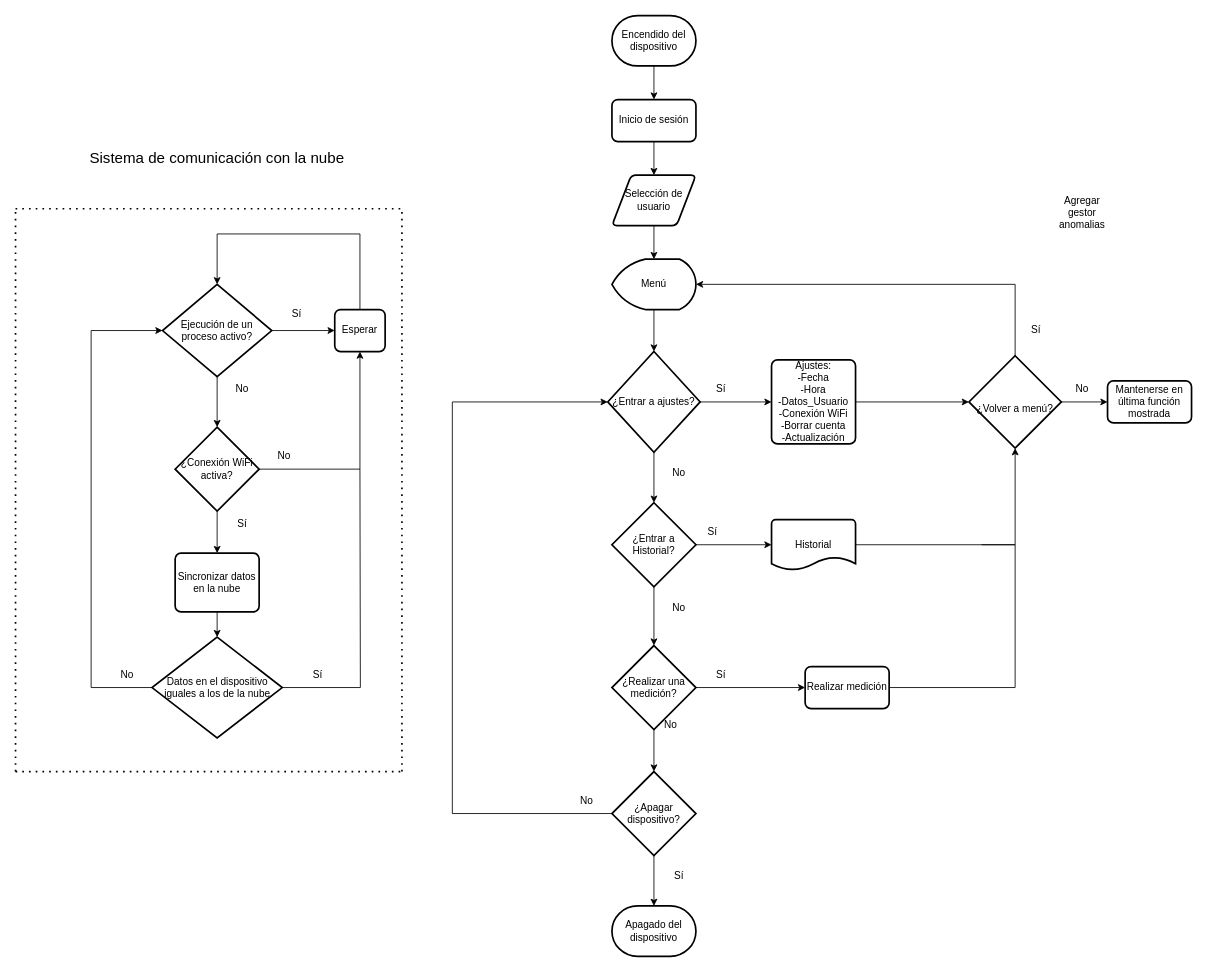
Earlier version of the draw.io diagram Tercera_Fase/Diagramas de software/Diagrama_General.drawio (Angeloib98/BIATRONIC). Source tidied: cells renumbered, new cells numbered last; positions are measured from the earlier drawing's top-left corner, leaving out a move shared by most shapes. Both pictures are drawn from the tidied source at 84%, with x=0, y=0 at pixel (15, 15).
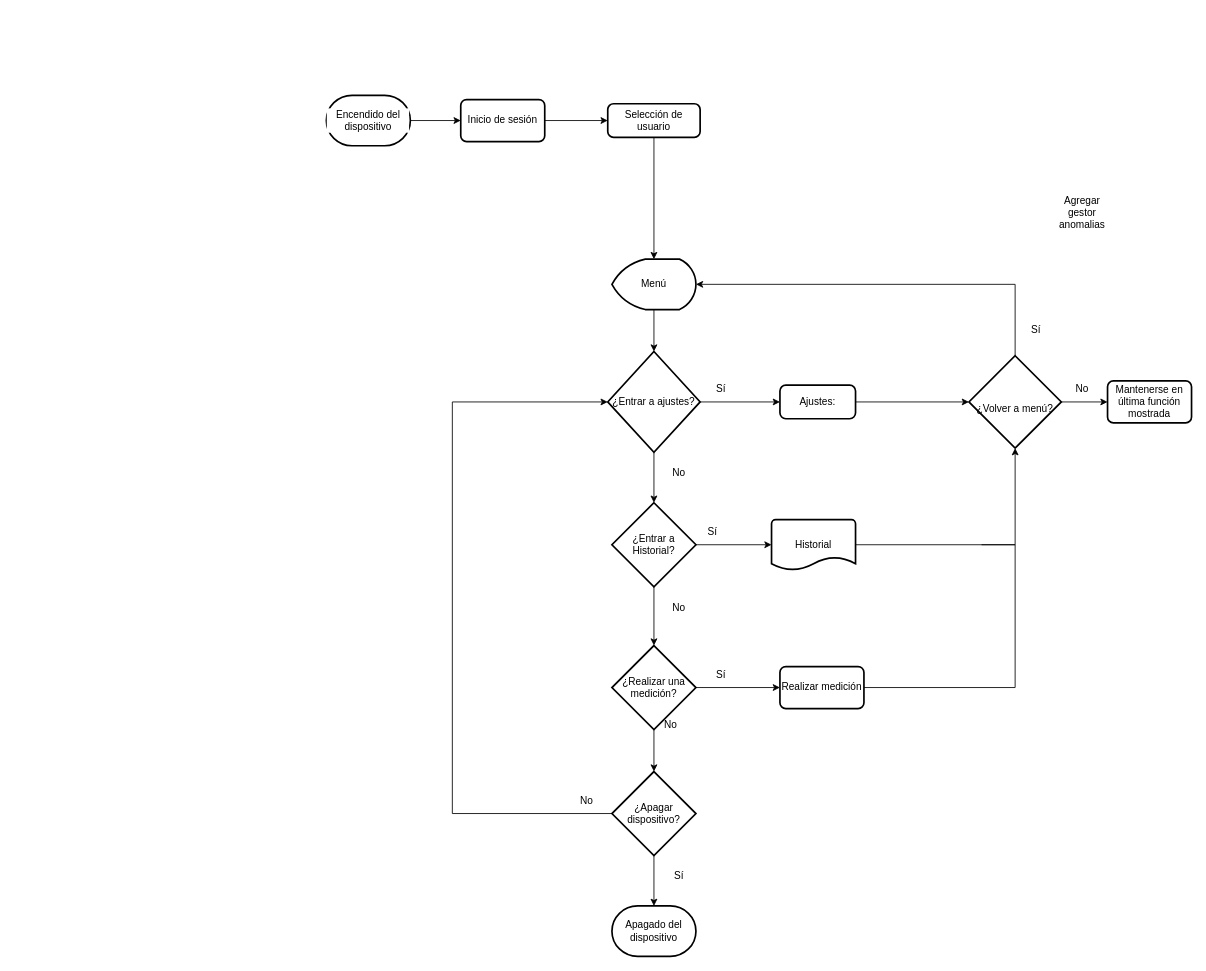
The same page after the edit.

Unchanged cells that the change refers to:
```xml
<mxCell id="53" value="Menú" style="strokeWidth=2;html=1;shape=mxgraph.flowchart.display;whiteSpace=wrap;" parent="1" vertex="1">
  <mxGeometry x="710" y="290" width="100" height="60" as="geometry" />
</mxCell>
```

Diff of the diagram source:
```diff
@@
-    <mxCell id="17" style="edgeStyle=orthogonalEdgeStyle;rounded=0;jettySize=auto;html=1;exitX=0.5;exitY=1;exitDx=0;exitDy=0;exitPerimeter=0;entryX=0.5;entryY=0;entryDx=0;entryDy=0;" parent="1" edge="1" source="18" target="46">
+    <mxCell id="17" style="edgeStyle=orthogonalEdgeStyle;rounded=0;jettySize=auto;html=1;exitX=1;exitY=0.5;exitDx=0;exitDy=0;exitPerimeter=0;entryX=0;entryY=0.5;entryDx=0;entryDy=0;labelBackgroundColor=default;fontColor=default;strokeColor=default;" parent="1" edge="1" source="18" target="46">
       <mxGeometry relative="1" as="geometry" />
     </mxCell>
-    <mxCell id="18" value="Encendido del dispositivo" style="strokeWidth=2;html=1;shape=mxgraph.flowchart.terminator;whiteSpace=wrap;fillColor=default;strokeColor=default;fontColor=default;" parent="1" vertex="1">
-      <mxGeometry x="710" width="100" height="60" as="geometry" />
+    <mxCell id="18" value="Encendido del dispositivo" style="strokeWidth=2;html=1;shape=mxgraph.flowchart.terminator;whiteSpace=wrap;fillColor=default;strokeColor=default;fontColor=default;labelBackgroundColor=default;" parent="1" vertex="1">
+      <mxGeometry x="370" y="95" width="100" height="60" as="geometry" />
     </mxCell>
@@
-    <mxCell id="25" value="Ajustes:&lt;br&gt;-Fecha&lt;br&gt;-Hora&lt;br&gt;-Datos_Usuario&lt;br&gt;-Conexión WiFi&lt;br&gt;-Borrar cuenta&lt;br&gt;-Actualización" style="rounded=1;whiteSpace=wrap;html=1;absoluteArcSize=1;arcSize=14;strokeWidth=2;" parent="1" vertex="1">
-      <mxGeometry x="900" y="410" width="100" height="100" as="geometry" />
+    <mxCell id="25" value="Ajustes:&lt;br&gt;" style="rounded=1;whiteSpace=wrap;html=1;absoluteArcSize=1;arcSize=14;strokeWidth=2;fillColor=default;strokeColor=default;fontColor=default;" parent="1" vertex="1">
+      <mxGeometry x="910" y="440" width="90" height="40" as="geometry" />
     </mxCell>
@@
-    <mxCell id="29" value="Realizar medición" style="rounded=1;whiteSpace=wrap;html=1;absoluteArcSize=1;arcSize=14;strokeWidth=2;" parent="1" vertex="1">
-      <mxGeometry x="940" y="775" width="100" height="50" as="geometry" />
+    <mxCell id="29" value="Realizar medición" style="rounded=1;whiteSpace=wrap;html=1;absoluteArcSize=1;arcSize=14;strokeWidth=2;fillColor=default;strokeColor=default;fontColor=default;" parent="1" vertex="1">
+      <mxGeometry x="910" y="775" width="100" height="50" as="geometry" />
     </mxCell>
@@
-    <mxCell id="31" style="edgeStyle=orthogonalEdgeStyle;rounded=0;jettySize=auto;html=1;exitX=0.5;exitY=1;exitDx=0;exitDy=0;exitPerimeter=0;entryX=0.5;entryY=0;entryDx=0;entryDy=0;" parent="1" edge="1" source="33" target="35">
-      <mxGeometry relative="1" as="geometry" />
-    </mxCell>
-    <mxCell id="32" style="edgeStyle=orthogonalEdgeStyle;rounded=0;jettySize=auto;html=1;exitX=1;exitY=0.5;exitDx=0;exitDy=0;exitPerimeter=0;entryX=0.5;entryY=1;entryDx=0;entryDy=0;" parent="1" edge="1" source="33" target="43">
-      <mxGeometry relative="1" as="geometry" />
-    </mxCell>
-    <mxCell id="33" value="¿Conexión WiFi activa?" style="strokeWidth=2;html=1;shape=mxgraph.flowchart.decision;whiteSpace=wrap;" parent="1" vertex="1">
-      <mxGeometry x="190" y="490" width="100" height="100" as="geometry" />
-    </mxCell>
-    <mxCell id="34" style="edgeStyle=orthogonalEdgeStyle;rounded=0;jettySize=auto;html=1;exitX=0.5;exitY=1;exitDx=0;exitDy=0;entryX=0.5;entryY=0;entryDx=0;entryDy=0;entryPerimeter=0;" parent="1" edge="1" source="35" target="49">
-      <mxGeometry relative="1" as="geometry" />
-    </mxCell>
-    <mxCell id="35" value="Sincronizar datos en la nube" style="rounded=1;whiteSpace=wrap;html=1;absoluteArcSize=1;arcSize=14;strokeWidth=2;" parent="1" vertex="1">
-      <mxGeometry x="190" y="640" width="100" height="70" as="geometry" />
-    </mxCell>
-    <mxCell id="36" style="edgeStyle=orthogonalEdgeStyle;rounded=0;jettySize=auto;html=1;exitX=0.5;exitY=1;exitDx=0;exitDy=0;exitPerimeter=0;entryX=0.5;entryY=0;entryDx=0;entryDy=0;entryPerimeter=0;" parent="1" edge="1" source="38" target="33">
-      <mxGeometry relative="1" as="geometry" />
-    </mxCell>
-    <mxCell id="37" style="edgeStyle=orthogonalEdgeStyle;rounded=0;jettySize=auto;html=1;exitX=1;exitY=0.5;exitDx=0;exitDy=0;exitPerimeter=0;entryX=0;entryY=0.5;entryDx=0;entryDy=0;" parent="1" edge="1" source="38" target="43">
-      <mxGeometry relative="1" as="geometry" />
-    </mxCell>
-    <mxCell id="38" value="Ejecución de un proceso activo?" style="strokeWidth=2;html=1;shape=mxgraph.flowchart.decision;whiteSpace=wrap;" parent="1" vertex="1">
-      <mxGeometry x="175" y="320" width="130" height="110" as="geometry" />
-    </mxCell>
-    <mxCell id="39" value="No" style="text;html=1;strokeColor=none;fillColor=none;align=center;verticalAlign=middle;whiteSpace=wrap;rounded=0;" parent="1" vertex="1">
-      <mxGeometry x="290" y="510" width="60" height="30" as="geometry" />
-    </mxCell>
-    <mxCell id="40" value="Sí" style="text;html=1;strokeColor=none;fillColor=none;align=center;verticalAlign=middle;whiteSpace=wrap;rounded=0;" parent="1" vertex="1">
-      <mxGeometry x="240" y="590" width="60" height="30" as="geometry" />
-    </mxCell>
-    <mxCell id="41" value="No" style="text;html=1;strokeColor=none;fillColor=none;align=center;verticalAlign=middle;whiteSpace=wrap;rounded=0;" parent="1" vertex="1">
-      <mxGeometry x="240" y="430" width="60" height="30" as="geometry" />
-    </mxCell>
-    <mxCell id="42" style="edgeStyle=orthogonalEdgeStyle;rounded=0;jettySize=auto;html=1;exitX=0.5;exitY=0;exitDx=0;exitDy=0;entryX=0.5;entryY=0;entryDx=0;entryDy=0;entryPerimeter=0;" parent="1" edge="1" source="43" target="38">
-      <mxGeometry relative="1" as="geometry">
-        <Array as="points">
-          <mxPoint x="410" y="260" />
-          <mxPoint x="240" y="260" />
-        </Array>
-      </mxGeometry>
-    </mxCell>
-    <mxCell id="43" value="Esperar" style="rounded=1;whiteSpace=wrap;html=1;absoluteArcSize=1;arcSize=14;strokeWidth=2;" parent="1" vertex="1">
-      <mxGeometry x="380" y="350" width="60" height="50" as="geometry" />
-    </mxCell>
-    <mxCell id="44" value="Sí" style="text;html=1;strokeColor=none;fillColor=none;align=center;verticalAlign=middle;whiteSpace=wrap;rounded=0;" parent="1" vertex="1">
-      <mxGeometry x="305" y="340" width="60" height="30" as="geometry" />
-    </mxCell>
-    <mxCell id="45" style="edgeStyle=orthogonalEdgeStyle;rounded=0;jettySize=auto;html=1;exitX=0.5;exitY=1;exitDx=0;exitDy=0;entryX=0.5;entryY=0;entryDx=0;entryDy=0;fontColor=default;" parent="1" edge="1" source="46" target="61">
+    <mxCell id="45" style="edgeStyle=orthogonalEdgeStyle;rounded=0;jettySize=auto;html=1;exitX=1;exitY=0.5;exitDx=0;exitDy=0;entryX=0;entryY=0.5;entryDx=0;entryDy=0;labelBackgroundColor=default;fontColor=default;strokeColor=default;" parent="1" edge="1" source="46" target="61">
       <mxGeometry relative="1" as="geometry" />
     </mxCell>
-    <mxCell id="46" value="Inicio de sesión" style="rounded=1;whiteSpace=wrap;html=1;absoluteArcSize=1;arcSize=14;strokeWidth=2;fillColor=default;strokeColor=default;fontColor=default;" parent="1" vertex="1">
-      <mxGeometry x="710" y="100" width="100" height="50" as="geometry" />
+    <mxCell id="46" value="Inicio de sesión" style="rounded=1;whiteSpace=wrap;html=1;absoluteArcSize=1;arcSize=14;strokeWidth=2;fillColor=default;strokeColor=default;fontColor=default;labelBackgroundColor=default;" parent="1" vertex="1">
+      <mxGeometry x="530" y="100" width="100" height="50" as="geometry" />
     </mxCell>
-    <mxCell id="47" style="edgeStyle=orthogonalEdgeStyle;rounded=0;jettySize=auto;html=1;exitX=0;exitY=0.5;exitDx=0;exitDy=0;exitPerimeter=0;entryX=0;entryY=0.5;entryDx=0;entryDy=0;entryPerimeter=0;strokeColor=default;labelBackgroundColor=default;fontColor=default;" parent="1" edge="1" source="49" target="38">
-      <mxGeometry relative="1" as="geometry">
-        <Array as="points">
-          <mxPoint x="90" y="800" />
-          <mxPoint x="90" y="375" />
-        </Array>
-      </mxGeometry>
-    </mxCell>
-    <mxCell id="48" style="edgeStyle=orthogonalEdgeStyle;rounded=0;jettySize=auto;html=1;exitX=1;exitY=0.5;exitDx=0;exitDy=0;exitPerimeter=0;endArrow=none;endFill=0;" parent="1" edge="1" source="49">
-      <mxGeometry relative="1" as="geometry">
-        <mxPoint x="410" y="540" as="targetPoint" />
-      </mxGeometry>
-    </mxCell>
-    <mxCell id="49" value="Datos en el dispositivo iguales a los de la nube" style="strokeWidth=2;html=1;shape=mxgraph.flowchart.decision;whiteSpace=wrap;" parent="1" vertex="1">
-      <mxGeometry x="162.5" y="740" width="155" height="120" as="geometry" />
-    </mxCell>
-    <mxCell id="50" value="Sí" style="text;html=1;strokeColor=none;fillColor=none;align=center;verticalAlign=middle;whiteSpace=wrap;rounded=0;" parent="1" vertex="1">
-      <mxGeometry x="330" y="770" width="60" height="30" as="geometry" />
-    </mxCell>
-    <mxCell id="51" value="No" style="text;html=1;strokeColor=none;fillColor=none;align=center;verticalAlign=middle;whiteSpace=wrap;rounded=0;fontColor=default;" parent="1" vertex="1">
-      <mxGeometry x="102.5" y="770" width="60" height="30" as="geometry" />
-    </mxCell>
@@
-    <mxCell id="60" style="edgeStyle=orthogonalEdgeStyle;rounded=0;jettySize=auto;html=1;exitX=0.5;exitY=1;exitDx=0;exitDy=0;entryX=0.5;entryY=0;entryDx=0;entryDy=0;entryPerimeter=0;fontColor=default;" parent="1" edge="1" source="61" target="53">
+    <mxCell id="60" style="edgeStyle=orthogonalEdgeStyle;rounded=0;jettySize=auto;html=1;exitX=0.5;exitY=1;exitDx=0;exitDy=0;entryX=0.5;entryY=0;entryDx=0;entryDy=0;entryPerimeter=0;fontColor=default;strokeColor=default;labelBackgroundColor=default;" parent="1" edge="1" source="61" target="53">
       <mxGeometry relative="1" as="geometry" />
     </mxCell>
+    <mxCell id="67" value="Agregar gestor anomalias" style="text;html=1;strokeColor=none;fillColor=none;align=center;verticalAlign=middle;whiteSpace=wrap;rounded=0;fontColor=default;" parent="1" vertex="1">
+      <mxGeometry x="1240" y="220" width="60" height="30" as="geometry" />
+    </mxCell>
-    <mxCell id="61" value="Selección de usuario" style="shape=parallelogram;html=1;strokeWidth=2;perimeter=parallelogramPerimeter;whiteSpace=wrap;rounded=1;arcSize=12;size=0.23;fillColor=default;strokeColor=default;fontColor=default;" parent="1" vertex="1">
-      <mxGeometry x="710" y="190" width="100" height="60" as="geometry" />
+    <mxCell id="61" value="Selección de usuario" style="rounded=1;whiteSpace=wrap;html=1;absoluteArcSize=1;arcSize=14;strokeWidth=2;fillColor=default;strokeColor=default;fontColor=default;" parent="1" vertex="1">
+      <mxGeometry x="705" y="105" width="110" height="40" as="geometry" />
     </mxCell>
-    <mxCell id="62" style="endArrow=none;dashed=1;html=1;dashPattern=1 3;strokeWidth=2;rounded=0;labelBackgroundColor=default;fontColor=default;strokeColor=default;" parent="1" edge="1">
-      <mxGeometry relative="1" as="geometry">
-        <mxPoint y="900" as="sourcePoint" />
-        <mxPoint y="230" as="targetPoint" />
-      </mxGeometry>
-    </mxCell>
-    <mxCell id="63" style="endArrow=none;dashed=1;html=1;dashPattern=1 3;strokeWidth=2;rounded=0;labelBackgroundColor=default;fontColor=default;strokeColor=default;" parent="1" edge="1">
-      <mxGeometry relative="1" as="geometry">
-        <mxPoint x="460" y="900" as="sourcePoint" />
-        <mxPoint x="460" y="230" as="targetPoint" />
-      </mxGeometry>
-    </mxCell>
-    <mxCell id="64" style="endArrow=none;dashed=1;html=1;dashPattern=1 3;strokeWidth=2;rounded=0;labelBackgroundColor=default;fontColor=default;strokeColor=default;" parent="1" edge="1">
-      <mxGeometry relative="1" as="geometry">
-        <mxPoint y="230" as="sourcePoint" />
-        <mxPoint x="460" y="230" as="targetPoint" />
-      </mxGeometry>
-    </mxCell>
-    <mxCell id="65" style="endArrow=none;dashed=1;html=1;dashPattern=1 3;strokeWidth=2;rounded=0;labelBackgroundColor=default;fontColor=default;strokeColor=default;" parent="1" edge="1">
-      <mxGeometry relative="1" as="geometry">
-        <mxPoint y="900" as="sourcePoint" />
-        <mxPoint x="460" y="900" as="targetPoint" />
-      </mxGeometry>
-    </mxCell>
-    <mxCell id="66" value="&lt;font style=&quot;font-size: 18px&quot;&gt;Sistema de comunicación con la nube&lt;/font&gt;" style="text;html=1;strokeColor=none;fillColor=none;align=center;verticalAlign=middle;whiteSpace=wrap;rounded=0;fontColor=default;" parent="1" vertex="1">
-      <mxGeometry x="65" y="110" width="350" height="120" as="geometry" />
-    </mxCell>
-    <mxCell id="67" value="Agregar gestor anomalias" style="text;html=1;strokeColor=none;fillColor=none;align=center;verticalAlign=middle;whiteSpace=wrap;rounded=0;fontColor=default;" parent="1" vertex="1">
-      <mxGeometry x="1240" y="220" width="60" height="30" as="geometry" />
-    </mxCell>
```
